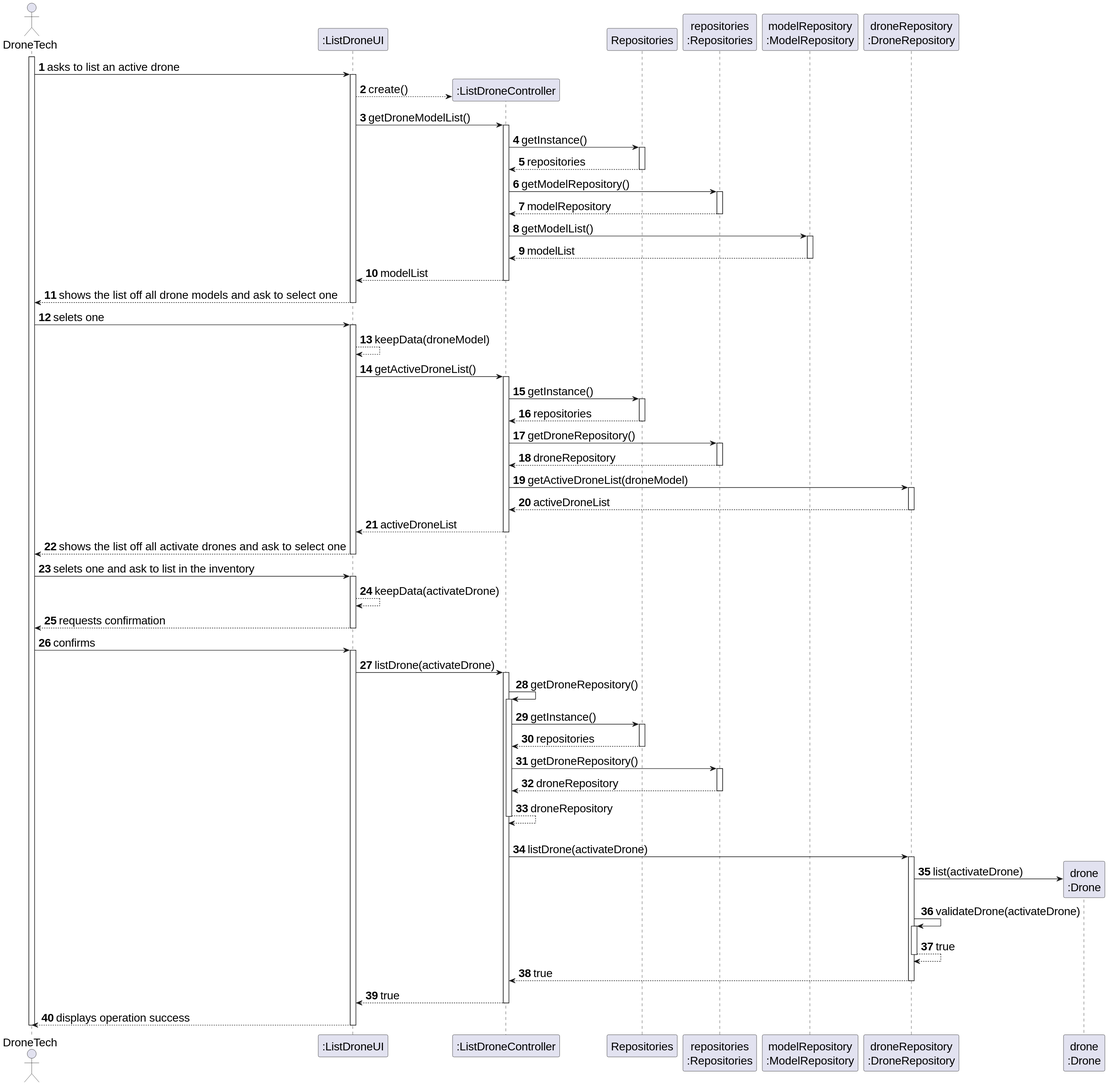
The PlantUML diagram docs/SPRINT_2/US243/images/sequence_diagram_us243.svg in diogoveirospro/sem4pi-2024-2025-sem4pi_2024_2025_g44, before a commit.
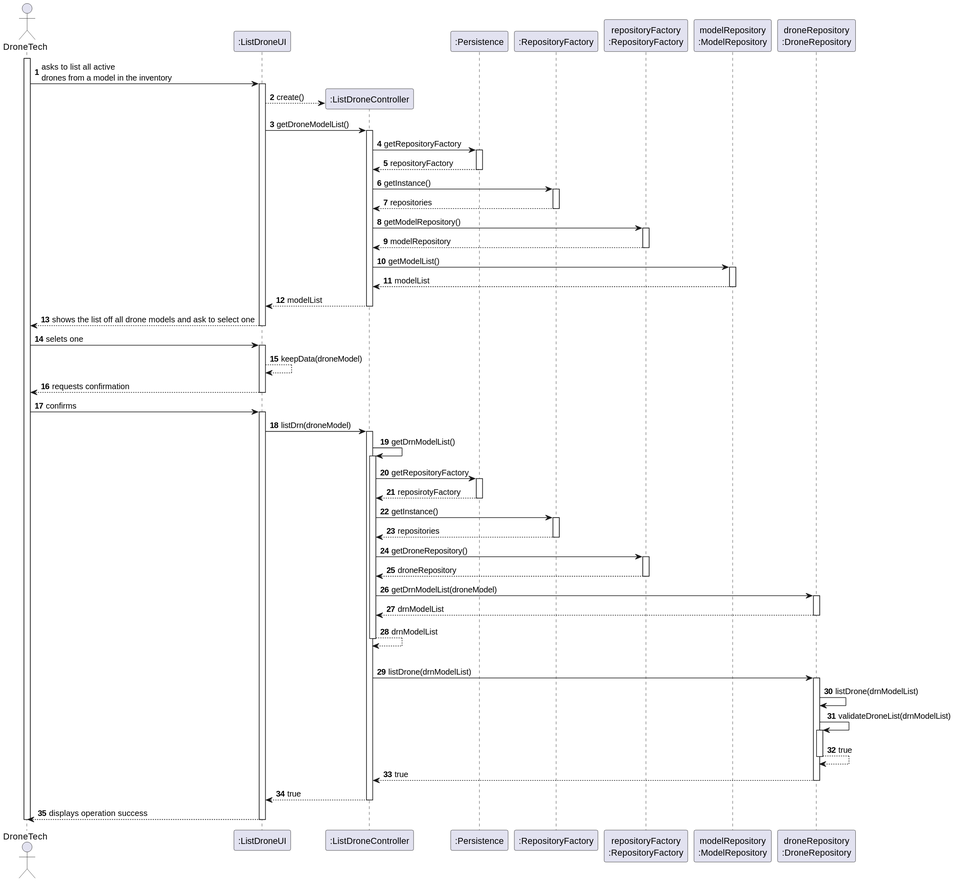
After the commit.

Change to the diagram source:
```diff
@@ -1,5 +1,4 @@
 @startuml
-skinparamlocked defaultFontSize 20
 skinparam packageStyle rectangle
 skinparam shadowing false
 
@@ -8,20 +7,24 @@
 actor "DroneTech" as EDT
 participant ":ListDroneUI" as UI
 participant ":ListDroneController" as CTRL
-participant "Repositories" as REPOS
-participant "repositories\n:Repositories" as REPOS_SINGLETON
+participant ":Persistence" as PERS
+participant ":RepositoryFactory" as REPOS
+participant "repositoryFactory\n:RepositoryFactory" as REPOS_SINGLETON
 participant "modelRepository\n:ModelRepository" as MOD_REPO
 participant "droneRepository\n:DroneRepository" as DRN_REPO
-participant "drone\n:Drone" as DRONE
 
 activate EDT
 
-        EDT -> UI : asks to list an active drone
+        EDT -> UI : asks to list all active \ndrones from a model in the inventory
         activate UI
             UI --> CTRL** : create()
 
             UI -> CTRL : getDroneModelList()
                         activate CTRL
+                            CTRL -> PERS : getRepositoryFactory
+                            activate PERS
+                            PERS --> CTRL : repositoryFactory
+                            deactivate PERS
                             CTRL -> REPOS : getInstance()
                             activate REPOS
                                 REPOS --> CTRL: repositories
@@ -43,42 +46,21 @@
                      EDT -> UI : selets one
                         activate UI
             UI --> UI : keepData(droneModel)
-            UI -> CTRL : getActiveDroneList()
-            activate CTRL
-                CTRL -> REPOS : getInstance()
-                activate REPOS
-                    REPOS --> CTRL: repositories
-                deactivate REPOS
-
-                CTRL -> REPOS_SINGLETON : getDroneRepository()
-                activate REPOS_SINGLETON
-                    REPOS_SINGLETON --> CTRL: droneRepository
-                deactivate REPOS_SINGLETON
-
-                CTRL -> DRN_REPO : getActiveDroneList(droneModel)
-                activate DRN_REPO
-                    DRN_REPO --> CTRL : activeDroneList
-                deactivate DRN_REPO
-                CTRL --> UI : activeDroneList
-            deactivate CTRL
-
-            UI --> EDT : shows the list off all activate drones and ask to select one
-        deactivate UI
 
 
 
-    EDT -> UI : selets one and ask to list in the inventory
-    activate UI
-    UI --> UI : keepData(activateDrone)
     UI --> EDT : requests confirmation
     deactivate UI
     EDT -> UI : confirms
     activate UI
-        UI -> CTRL : listDrone(activateDrone)
+        UI -> CTRL : listDrn(droneModel)
         activate CTRL
-             CTRL -> CTRL: getDroneRepository()
+             CTRL -> CTRL: getDrnModelList()
                                     activate CTRL
-
+                                        CTRL -> PERS : getRepositoryFactory
+                                                                    activate PERS
+                                                                    PERS --> CTRL : reposirotyFactory
+                                                                    deactivate PERS
                                         CTRL -> REPOS: getInstance()
                                         activate REPOS
 
@@ -91,15 +73,19 @@
 
                                                REPOS_SINGLETON --> CTRL: droneRepository
                                         deactivate REPOS_SINGLETON
-                                    CTRL --> CTRL: droneRepository
+                                                        CTRL -> DRN_REPO: getDrnModelList(droneModel)
+                                                        activate DRN_REPO
+                                                        DRN_REPO --> CTRL: drnModelList
+                                                        deactivate DRN_REPO
+                                    CTRL --> CTRL: drnModelList
 
                                     |||
                                                                         deactivate CTRL
 
-                                    CTRL -> DRN_REPO : listDrone(activateDrone)
+                                    CTRL -> DRN_REPO : listDrone(drnModelList)
             activate DRN_REPO
-                DRN_REPO -> DRONE **: list(activateDrone)
-                    DRN_REPO -> DRN_REPO: validateDrone(activateDrone)
+                DRN_REPO -> DRN_REPO: listDrone(drnModelList)
+                    DRN_REPO -> DRN_REPO: validateDroneList(drnModelList)
                     activate DRN_REPO
                         DRN_REPO --> DRN_REPO : true
                     deactivate DRN_REPO
```
